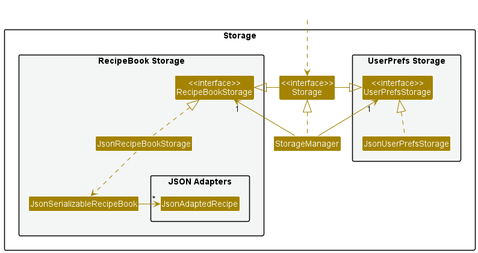
This is docs/images/StorageClassDiagram.png from nus-cs2103-AY2223S2/tp, a PlantUML export, as it was before one commit.
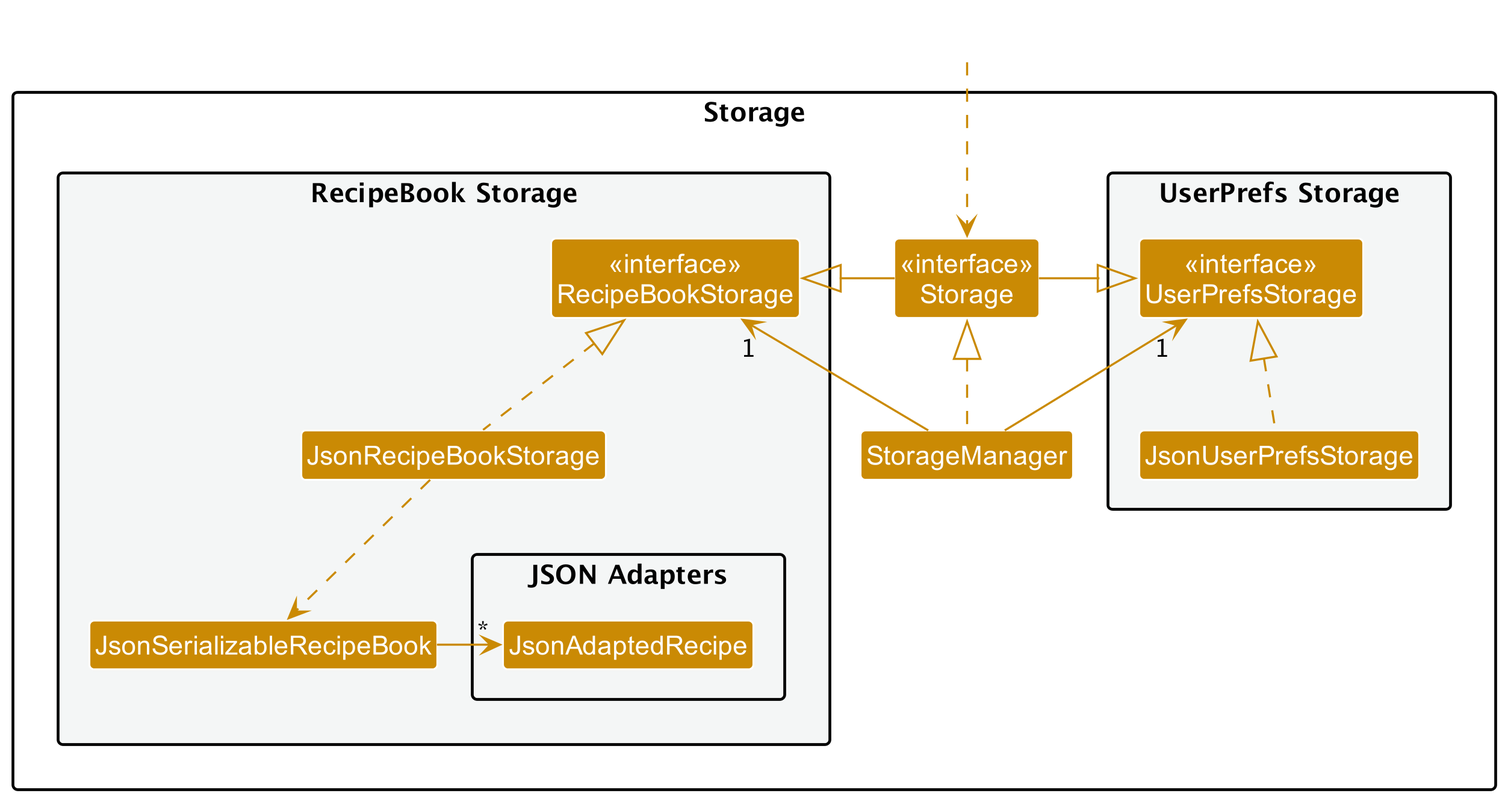
Above is the later version.

What changed in the source:
```diff
@@ -7,11 +7,11 @@
 package Storage{
 
 package "UserPrefs Storage" #F4F6F6{
-Class "<<interface>>\nUserPrefsStorage" as UserPrefsStorage
+Class "<<interface>>\nUserPrefsStorage" as UserPrefsStorage_
 Class JsonUserPrefsStorage
 }
 
-Class "<<interface>>\nStorage" as Storage
+Class "<<interface>>\nStorage" as Storage_
 Class StorageManager
 
 package "RecipeBook Storage" #F4F6F6{
@@ -28,16 +28,16 @@
 }
 
 Class HiddenOutside #FFFFFF
-HiddenOutside ..> Storage
+HiddenOutside ..> Storage_
 
-StorageManager .up.|> Storage
-StorageManager -up-> "1" UserPrefsStorage
+StorageManager .up.|> Storage_
+StorageManager -up-> "1" UserPrefsStorage_
 StorageManager -up-> "1" RecipeBookStorage
 
-Storage -left-|> UserPrefsStorage
-Storage -right-|> RecipeBookStorage
+Storage_ -left-|> UserPrefsStorage_
+Storage_ -right-|> RecipeBookStorage
 
-JsonUserPrefsStorage .up.|> UserPrefsStorage
+JsonUserPrefsStorage .up.|> UserPrefsStorage_
 JsonRecipeBookStorage .up.|> RecipeBookStorage
 JsonRecipeBookStorage ..> JsonSerializableRecipeBook
 JsonSerializableRecipeBook -> "*" JsonAdaptedRecipe
```
